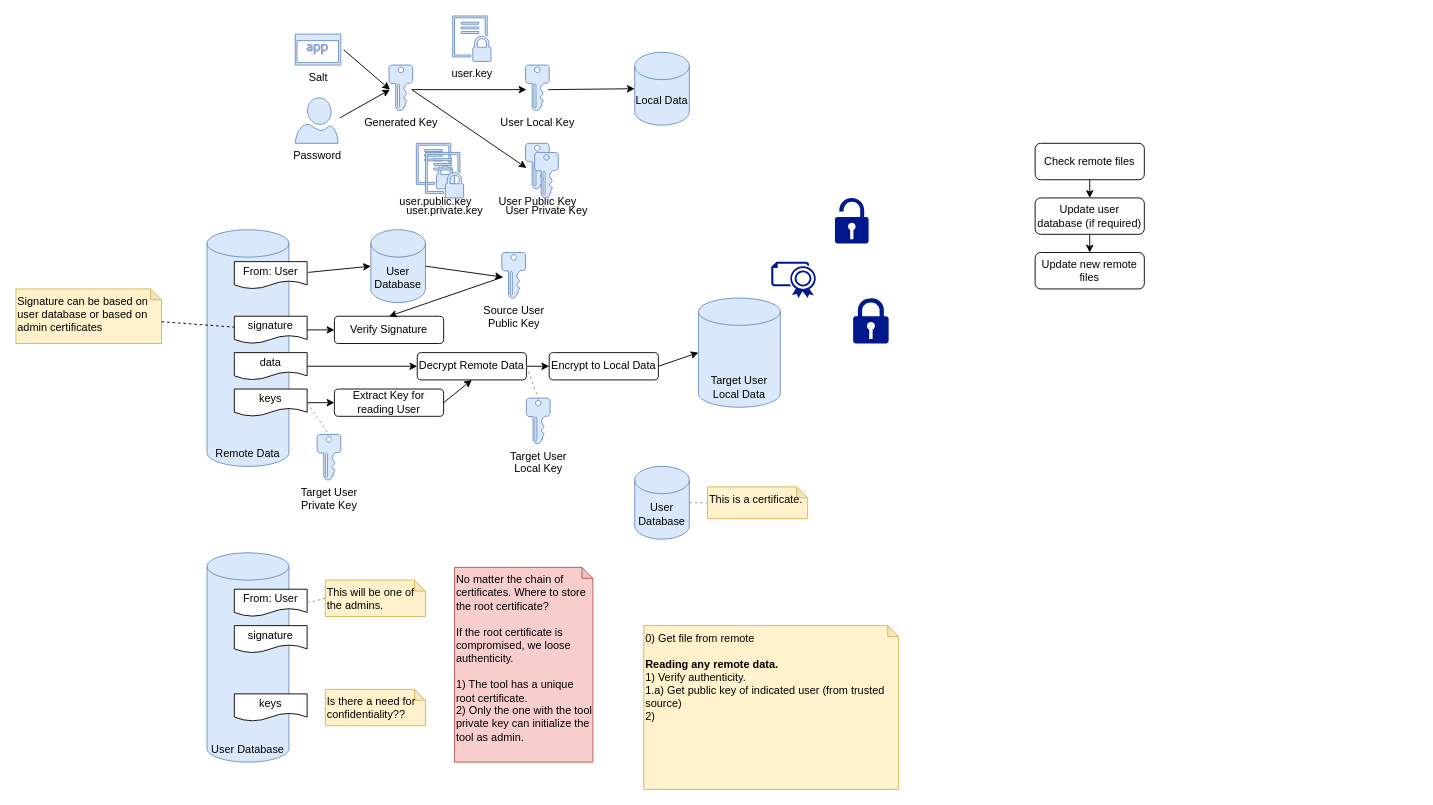
Earlier version of the draw.io diagram page "SecurityPattern" (7 of 7) of doc/security.drawio (alexander-rd/appxf). Source tidied: cells renumbered, new cells numbered last; positions are measured from the earlier drawing's top-left corner, leaving out a move shared by most shapes. Both pictures are drawn from the tidied source at 91%, with x=0, y=0 at pixel (15, 15).
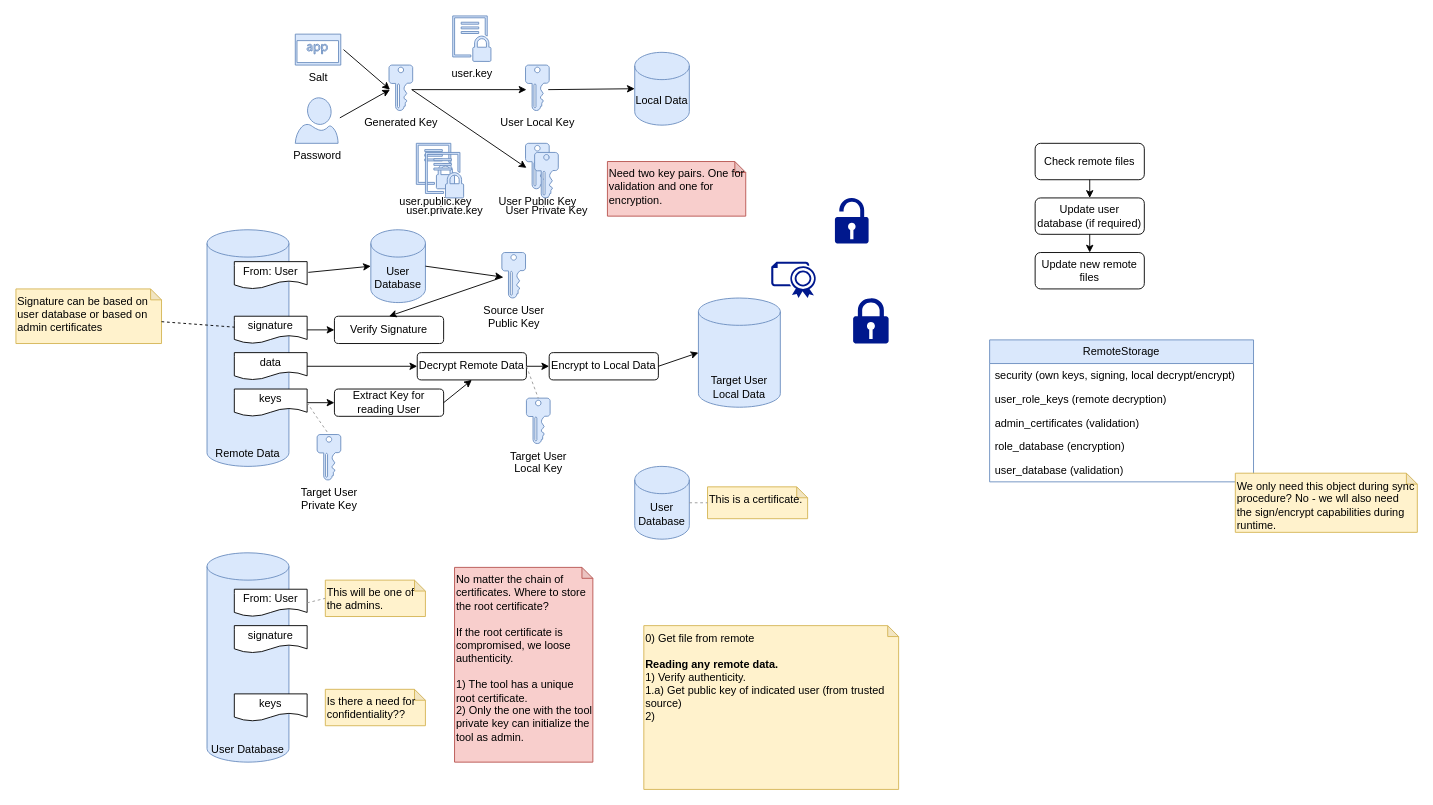
The same diagram, later.

Commit message (it also covers changes not shown here):
Added remote location class to deal with FTP access.

Change to the diagram source:
```diff
@@
+    <mxCell id="64" value="Need two key pairs. One for validation and one for encryption." style="shape=note;whiteSpace=wrap;html=1;backgroundOutline=1;darkOpacity=0.05;align=left;size=12;horizontal=1;verticalAlign=top;fillColor=#f8cecc;strokeColor=#b85450;" parent="1" vertex="1">
+      <mxGeometry x="650" y="160" width="152" height="60" as="geometry" />
+    </mxCell>
+    <mxCell id="65" value="RemoteStorage" style="swimlane;fontStyle=0;horizontal=1;startSize=26;fillColor=#dae8fc;whiteSpace=wrap;html=1;strokeColor=#6c8ebf;" parent="1" vertex="1">
+      <mxGeometry x="1070" y="356" width="290" height="156" as="geometry" />
+    </mxCell>
+    <mxCell id="66" value="security (own keys, signing, local decrypt/encrypt)" style="text;strokeColor=none;fillColor=none;align=left;verticalAlign=top;spacingLeft=4;spacingRight=4;overflow=hidden;whiteSpace=wrap;html=1;" parent="65" vertex="1">
+      <mxGeometry y="26" width="290" height="26" as="geometry" />
+    </mxCell>
+    <mxCell id="67" value="user_role_keys (remote decryption)" style="text;strokeColor=none;fillColor=none;align=left;verticalAlign=top;spacingLeft=4;spacingRight=4;overflow=hidden;whiteSpace=wrap;html=1;" parent="65" vertex="1">
+      <mxGeometry y="52" width="290" height="26" as="geometry" />
+    </mxCell>
+    <mxCell id="68" value="admin_certificates (validation)" style="text;strokeColor=none;fillColor=none;align=left;verticalAlign=top;spacingLeft=4;spacingRight=4;overflow=hidden;whiteSpace=wrap;html=1;" parent="65" vertex="1">
+      <mxGeometry y="78" width="290" height="26" as="geometry" />
+    </mxCell>
+    <mxCell id="69" value="role_database (encryption)" style="text;strokeColor=none;fillColor=none;align=left;verticalAlign=top;spacingLeft=4;spacingRight=4;overflow=hidden;whiteSpace=wrap;html=1;" parent="65" vertex="1">
+      <mxGeometry y="104" width="290" height="26" as="geometry" />
+    </mxCell>
+    <mxCell id="70" value="user_database (validation)" style="text;strokeColor=none;fillColor=none;align=left;verticalAlign=top;spacingLeft=4;spacingRight=4;overflow=hidden;whiteSpace=wrap;html=1;" parent="65" vertex="1">
+      <mxGeometry y="130" width="290" height="26" as="geometry" />
+    </mxCell>
+    <mxCell id="71" value="We only need this object during sync procedure? No - we wll also need the sign/encrypt capabilities during runtime." style="shape=note;whiteSpace=wrap;html=1;backgroundOutline=1;darkOpacity=0.05;align=left;size=12;horizontal=1;verticalAlign=top;fillColor=#fff2cc;strokeColor=#d6b656;" parent="1" vertex="1">
+      <mxGeometry x="1340" y="502.5" width="200" height="65" as="geometry" />
+    </mxCell>
```
